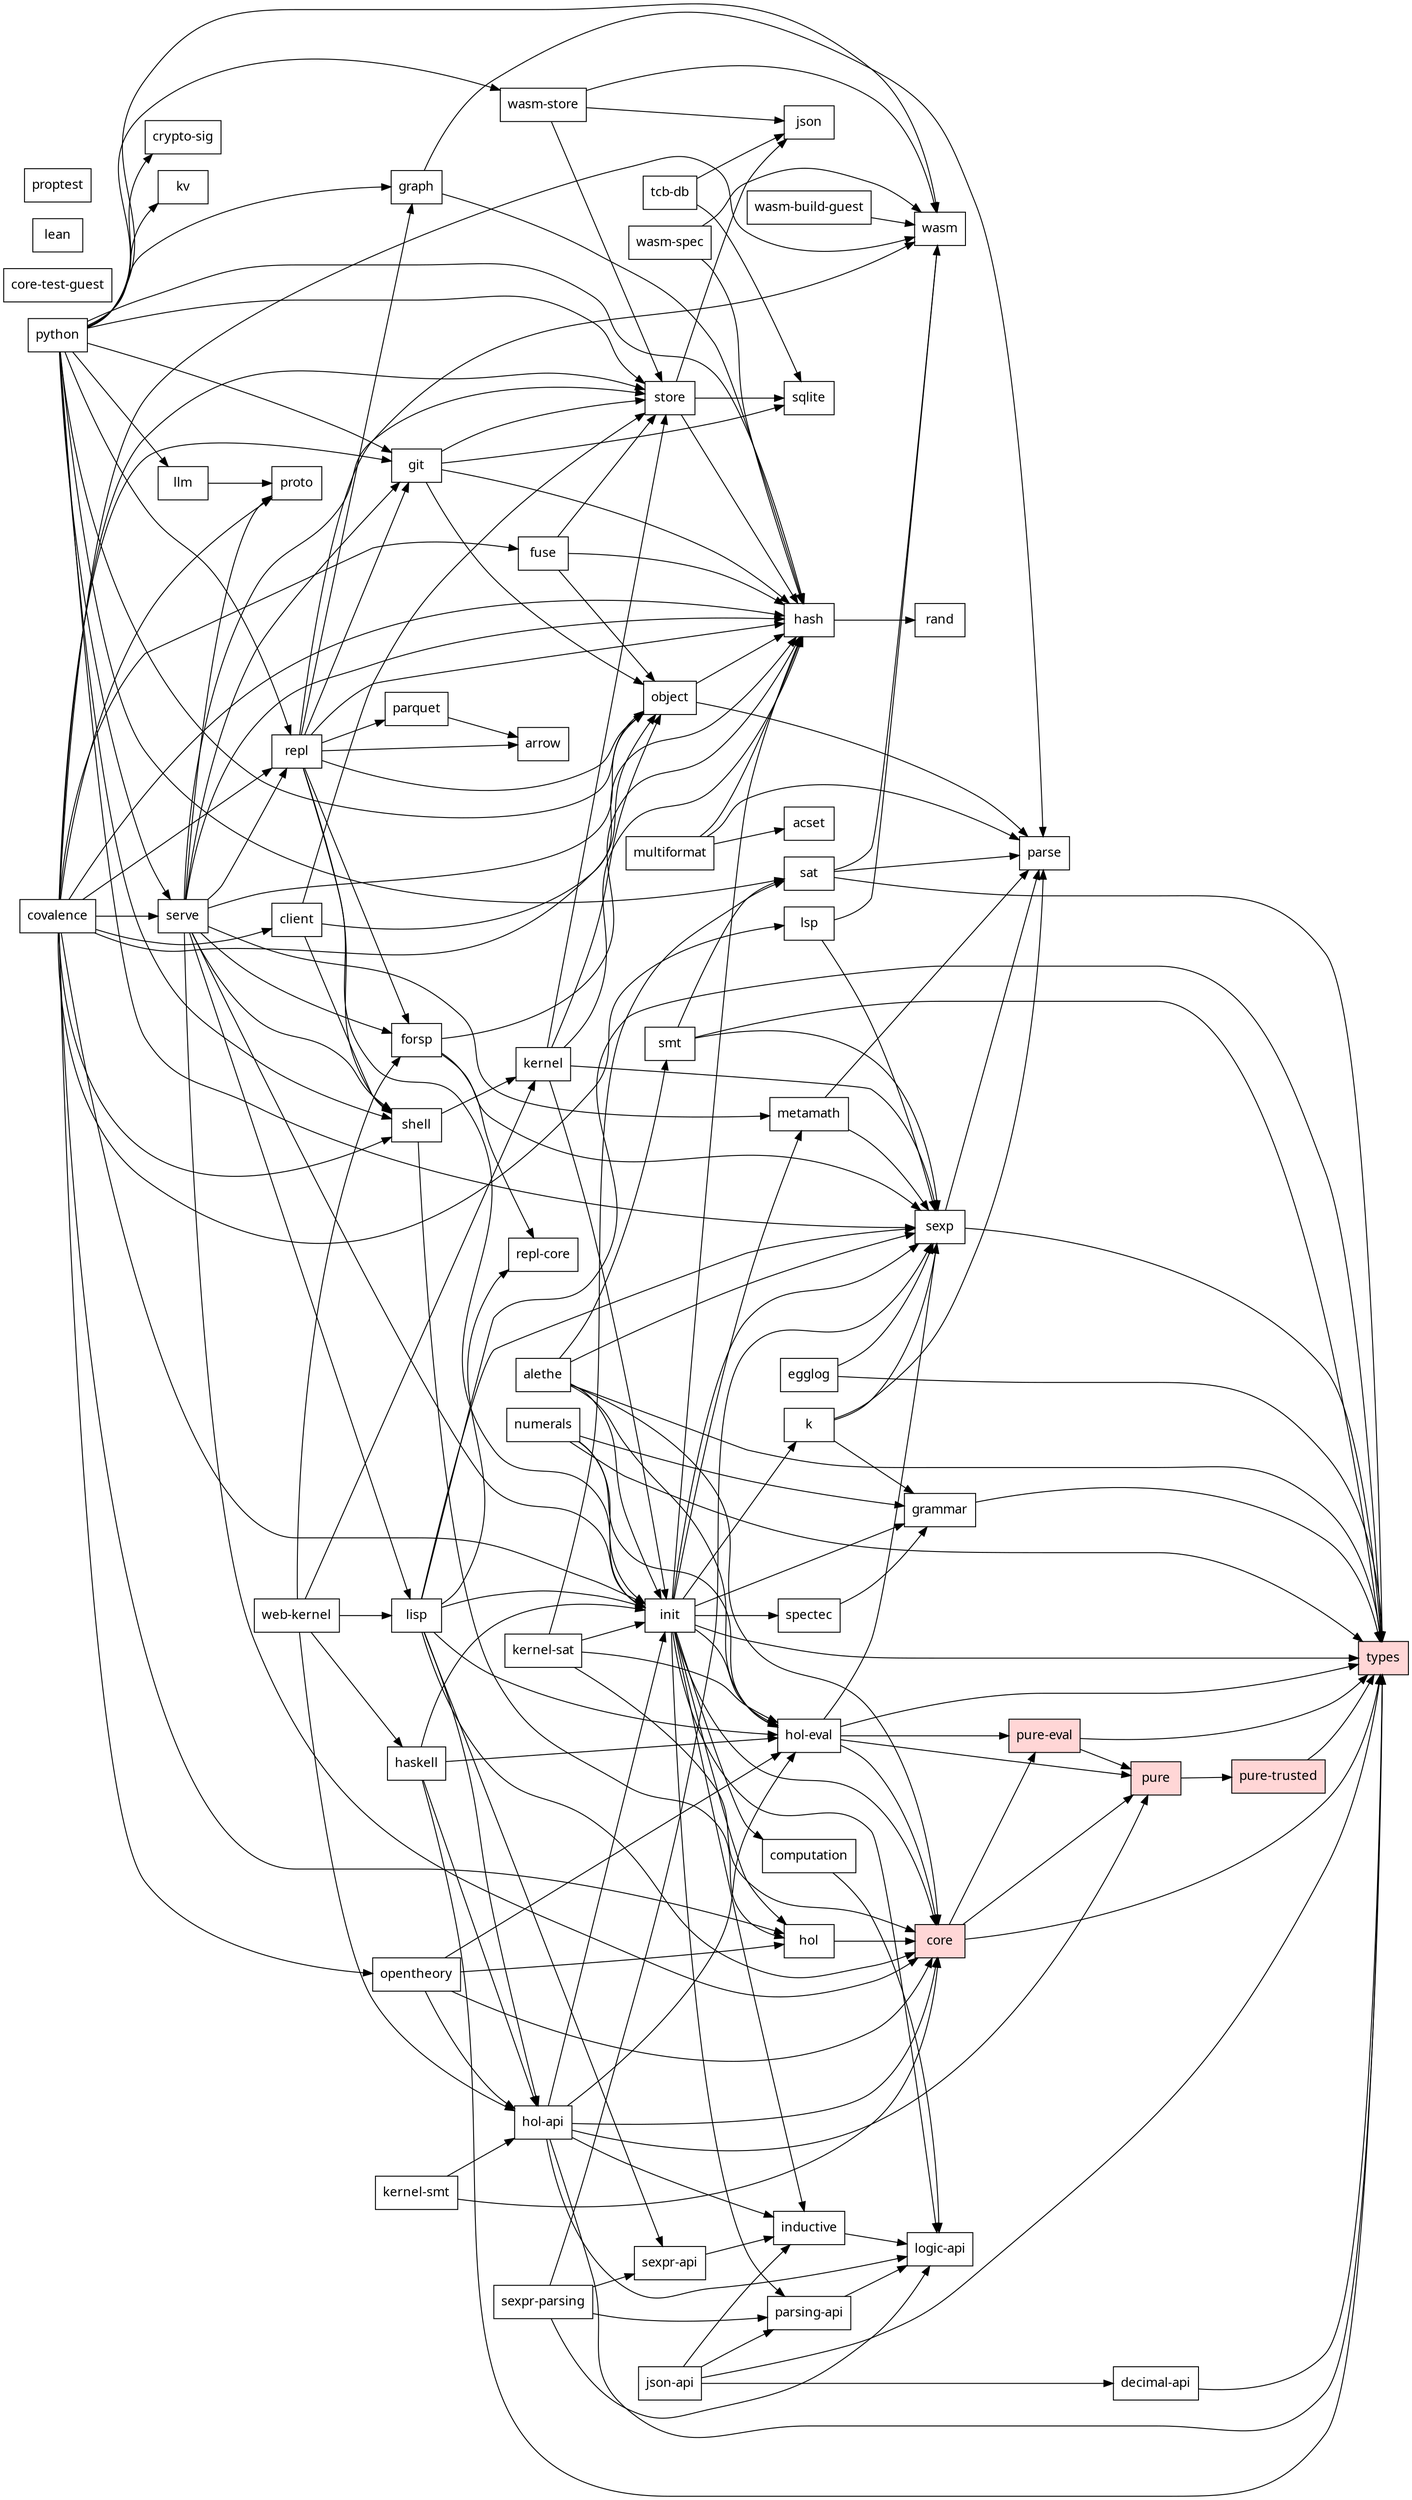
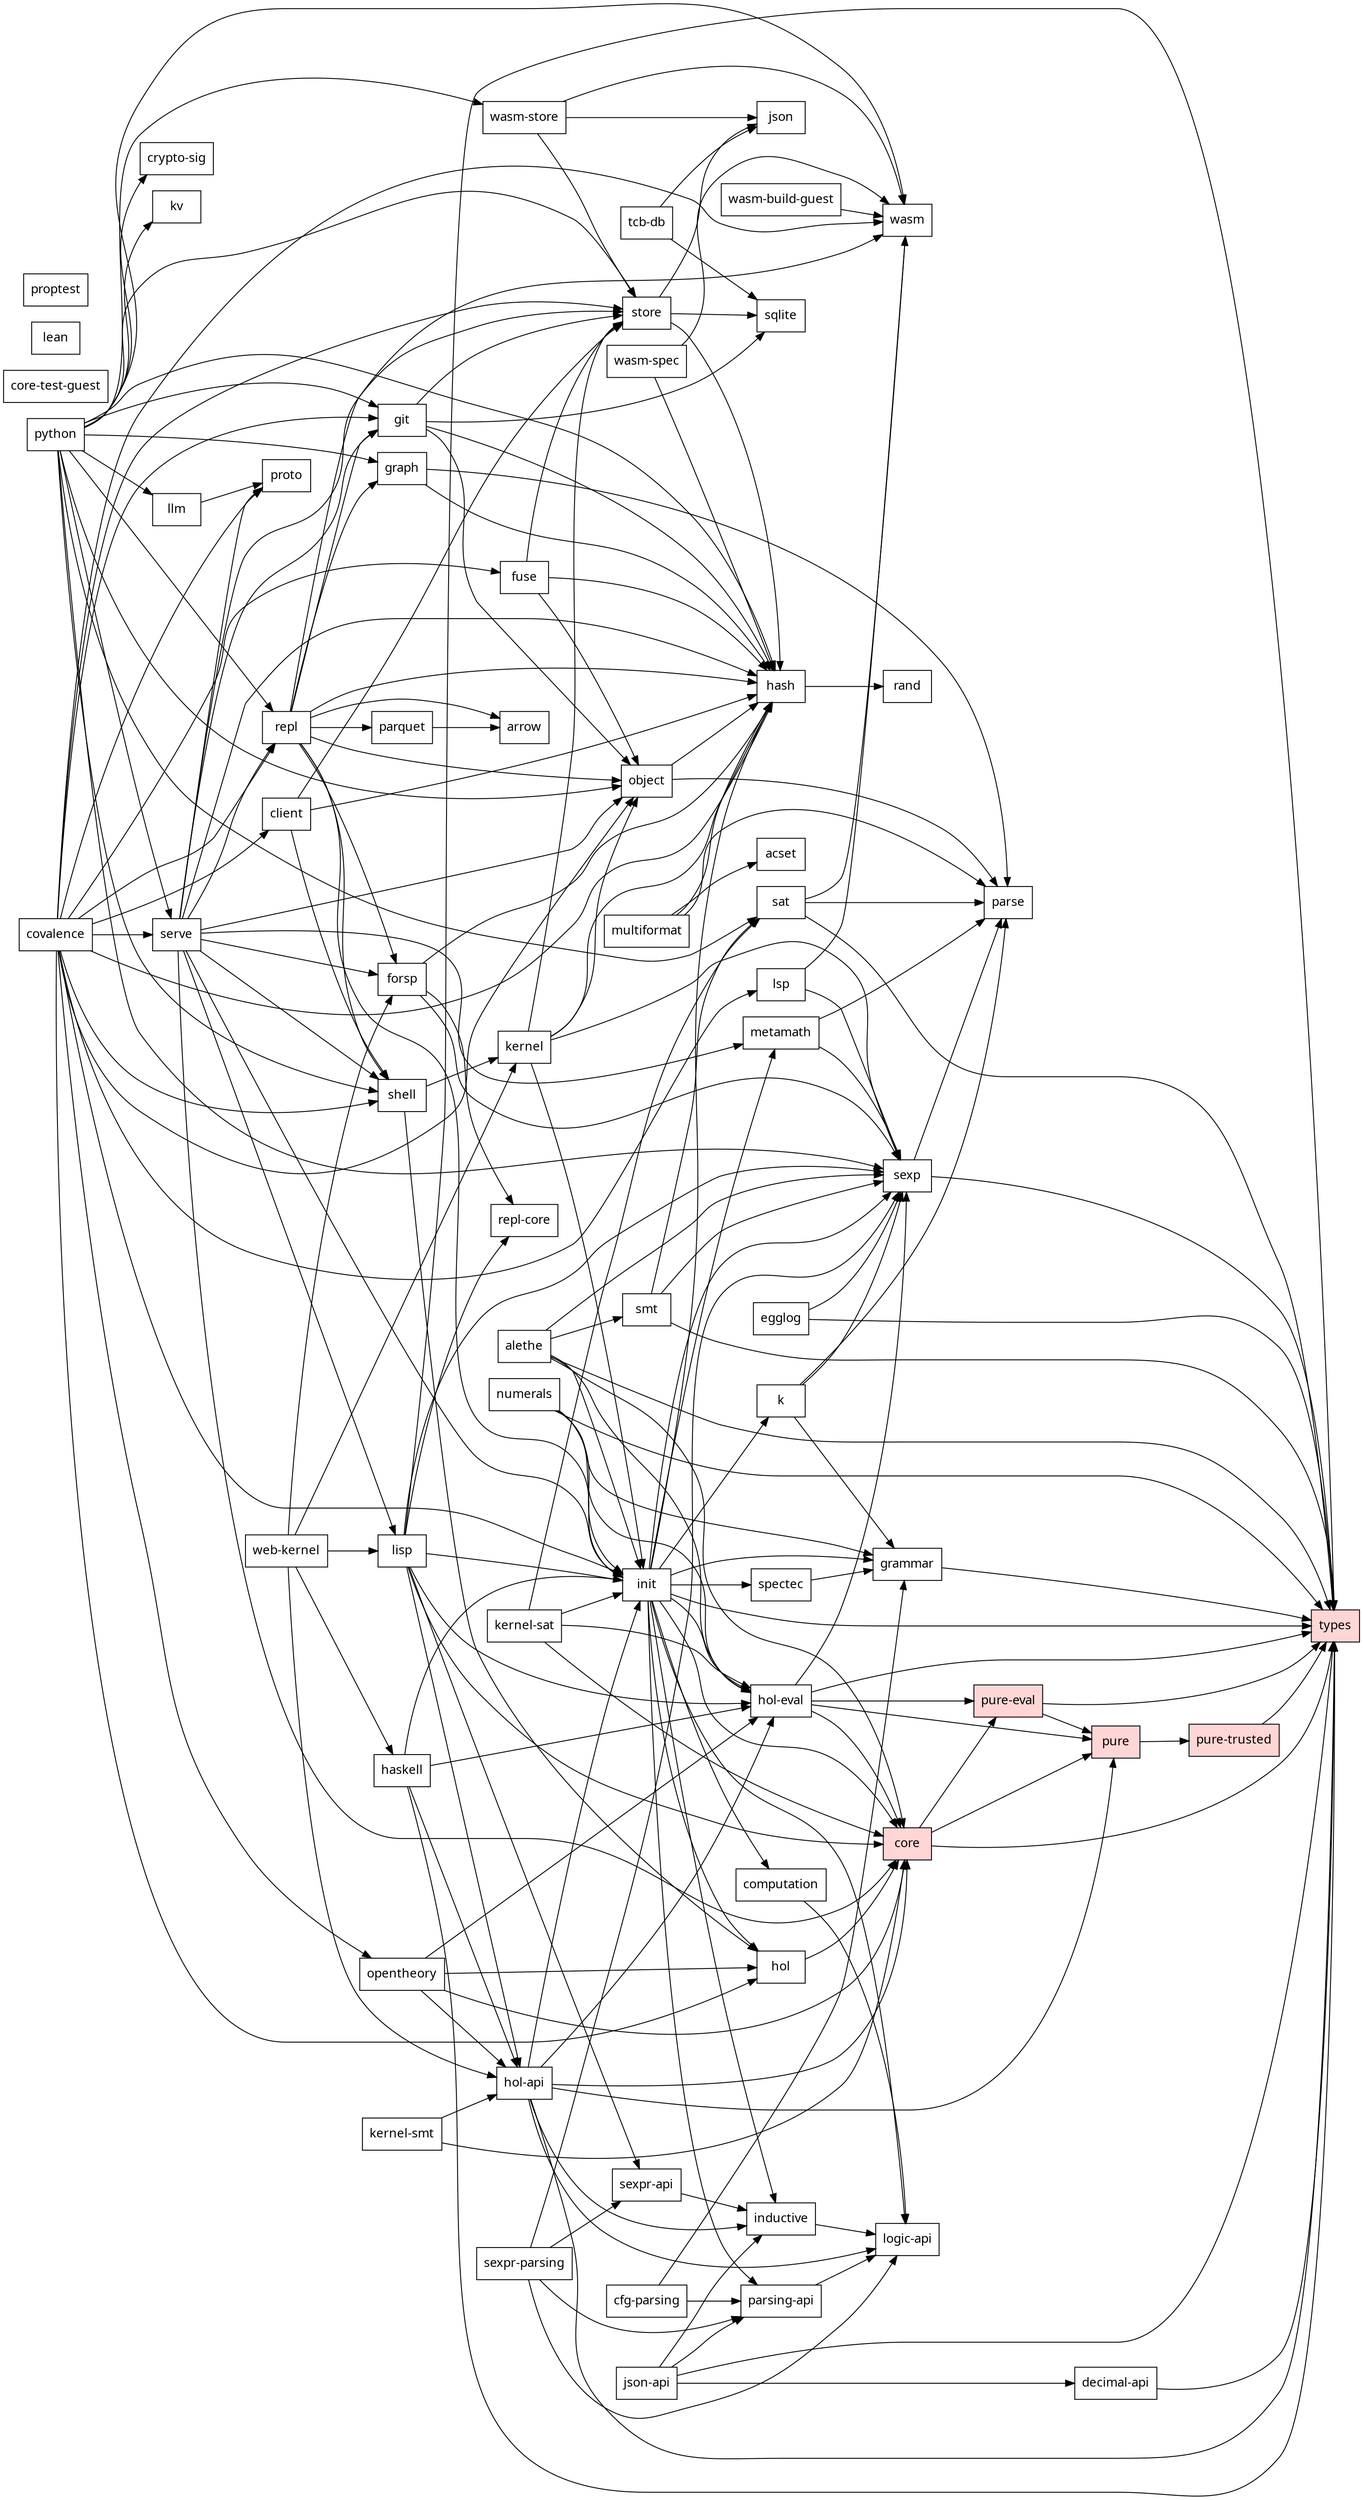
// Generated by scripts/dep-graph.mjs — do not edit (run `bun run deps`).
digraph deps {
  rankdir=LR;
  node [shape=box, fontname="sans-serif"];
  "covalence";
  "acset";
  "alethe";
  "arrow";
+   "cfg-parsing";
  "client";
  "computation";
  "core" [style=filled, fillcolor="#ffd6d6"];
  "core-test-guest";
  "crypto-sig";
  "decimal-api";
  "egglog";
  "forsp";
  "fuse";
  "git";
  "grammar";
  "graph";
  "hash";
  "haskell";
  "hol";
  "hol-api";
  "hol-eval";
  "inductive";
  "init";
  "json";
  "json-api";
  "k";
  "kernel";
  "kernel-sat";
  "kernel-smt";
  "kv";
  "lean";
  "lisp";
  "llm";
  "logic-api";
  "lsp";
  "metamath";
  "multiformat";
  "numerals";
  "object";
  "opentheory";
  "parquet";
  "parse";
  "parsing-api";
  "proptest";
  "proto";
  "pure" [style=filled, fillcolor="#ffd6d6"];
  "pure-eval" [style=filled, fillcolor="#ffd6d6"];
  "pure-trusted" [style=filled, fillcolor="#ffd6d6"];
  "python";
  "rand";
  "repl";
  "repl-core";
  "sat";
  "serve";
  "sexp";
  "sexpr-api";
  "sexpr-parsing";
  "shell";
  "smt";
  "spectec";
  "sqlite";
  "store";
  "tcb-db";
  "types" [style=filled, fillcolor="#ffd6d6"];
  "wasm";
  "wasm-build-guest";
  "wasm-spec";
  "wasm-store";
  "web-kernel";
  "covalence" -> "client";
  "covalence" -> "fuse";
  "covalence" -> "git";
  "covalence" -> "hash";
  "covalence" -> "hol";
  "covalence" -> "init";
  "covalence" -> "lsp";
  "covalence" -> "object";
  "covalence" -> "opentheory";
  "covalence" -> "proto";
  "covalence" -> "repl";
  "covalence" -> "serve";
  "covalence" -> "shell";
  "covalence" -> "store";
  "covalence" -> "wasm";
  "alethe" -> "core";
  "alethe" -> "hol-eval";
  "alethe" -> "init";
  "alethe" -> "sexp";
  "alethe" -> "smt";
  "alethe" -> "types";
+   "cfg-parsing" -> "grammar";
+   "cfg-parsing" -> "parsing-api";
  "client" -> "hash";
  "client" -> "shell";
  "client" -> "store";
  "computation" -> "logic-api";
  "core" -> "pure";
  "core" -> "pure-eval";
  "core" -> "types";
  "decimal-api" -> "types";
  "egglog" -> "sexp";
  "egglog" -> "types";
  "forsp" -> "hash";
  "forsp" -> "repl-core";
  "forsp" -> "sexp";
  "fuse" -> "hash";
  "fuse" -> "object";
  "fuse" -> "store";
  "git" -> "hash";
  "git" -> "object";
  "git" -> "sqlite";
  "git" -> "store";
  "grammar" -> "types";
  "graph" -> "hash";
  "graph" -> "parse";
  "hash" -> "rand";
  "haskell" -> "hol-api";
  "haskell" -> "hol-eval";
  "haskell" -> "init";
  "haskell" -> "types";
  "hol" -> "core";
  "hol-api" -> "core";
  "hol-api" -> "hol-eval";
  "hol-api" -> "inductive";
  "hol-api" -> "init";
  "hol-api" -> "logic-api";
  "hol-api" -> "pure";
  "hol-api" -> "types";
  "hol-eval" -> "core";
  "hol-eval" -> "pure";
  "hol-eval" -> "pure-eval";
  "hol-eval" -> "sexp";
  "hol-eval" -> "types";
  "inductive" -> "logic-api";
  "init" -> "computation";
  "init" -> "core";
  "init" -> "grammar";
  "init" -> "hash";
  "init" -> "hol";
  "init" -> "hol-eval";
  "init" -> "inductive";
  "init" -> "k";
  "init" -> "logic-api";
  "init" -> "metamath";
  "init" -> "parsing-api";
  "init" -> "sexp";
  "init" -> "spectec";
  "init" -> "types";
  "json-api" -> "decimal-api";
  "json-api" -> "inductive";
  "json-api" -> "parsing-api";
  "json-api" -> "types";
  "k" -> "grammar";
  "k" -> "parse";
  "k" -> "sexp";
  "kernel" -> "hash";
  "kernel" -> "init";
  "kernel" -> "object";
  "kernel" -> "sexp";
  "kernel" -> "store";
  "kernel-sat" -> "core";
  "kernel-sat" -> "hol-eval";
  "kernel-sat" -> "init";
  "kernel-sat" -> "sat";
  "kernel-smt" -> "core";
  "kernel-smt" -> "hol-api";
  "lisp" -> "core";
  "lisp" -> "hol-api";
  "lisp" -> "hol-eval";
  "lisp" -> "init";
  "lisp" -> "repl-core";
  "lisp" -> "sexp";
  "lisp" -> "sexpr-api";
  "lisp" -> "types";
  "llm" -> "proto";
  "lsp" -> "sexp";
  "lsp" -> "wasm";
  "metamath" -> "parse";
  "metamath" -> "sexp";
  "multiformat" -> "acset";
  "multiformat" -> "hash";
  "multiformat" -> "parse";
  "numerals" -> "grammar";
  "numerals" -> "hol-eval";
  "numerals" -> "init";
  "numerals" -> "types";
  "object" -> "hash";
  "object" -> "parse";
  "opentheory" -> "core";
  "opentheory" -> "hol";
  "opentheory" -> "hol-api";
  "opentheory" -> "hol-eval";
  "parquet" -> "arrow";
  "parsing-api" -> "logic-api";
  "pure" -> "pure-trusted";
  "pure-eval" -> "pure";
  "pure-eval" -> "types";
  "pure-trusted" -> "types";
  "python" -> "crypto-sig";
  "python" -> "git";
  "python" -> "graph";
  "python" -> "hash";
  "python" -> "kv";
  "python" -> "llm";
  "python" -> "object";
  "python" -> "repl";
  "python" -> "sat";
  "python" -> "serve";
  "python" -> "sexp";
  "python" -> "shell";
  "python" -> "store";
  "python" -> "wasm";
  "python" -> "wasm-store";
  "repl" -> "arrow";
  "repl" -> "forsp";
  "repl" -> "git";
  "repl" -> "graph";
  "repl" -> "hash";
  "repl" -> "init";
  "repl" -> "object";
  "repl" -> "parquet";
  "repl" -> "shell";
  "repl" -> "wasm";
  "sat" -> "parse";
  "sat" -> "types";
  "sat" -> "wasm";
  "serve" -> "core";
  "serve" -> "forsp";
  "serve" -> "git";
  "serve" -> "hash";
  "serve" -> "init";
  "serve" -> "lisp";
  "serve" -> "metamath";
  "serve" -> "object";
  "serve" -> "proto";
  "serve" -> "repl";
  "serve" -> "shell";
  "serve" -> "store";
  "sexp" -> "parse";
  "sexp" -> "types";
  "sexpr-api" -> "inductive";
  "sexpr-parsing" -> "logic-api";
  "sexpr-parsing" -> "parsing-api";
  "sexpr-parsing" -> "sexp";
  "sexpr-parsing" -> "sexpr-api";
  "shell" -> "hol";
  "shell" -> "kernel";
  "smt" -> "sat";
  "smt" -> "sexp";
  "smt" -> "types";
  "spectec" -> "grammar";
  "store" -> "hash";
  "store" -> "json";
  "store" -> "sqlite";
  "tcb-db" -> "json";
  "tcb-db" -> "sqlite";
  "wasm-build-guest" -> "wasm";
  "wasm-spec" -> "hash";
  "wasm-spec" -> "wasm";
  "wasm-store" -> "json";
  "wasm-store" -> "store";
  "wasm-store" -> "wasm";
  "web-kernel" -> "forsp";
  "web-kernel" -> "haskell";
  "web-kernel" -> "hol-api";
  "web-kernel" -> "kernel";
  "web-kernel" -> "lisp";
}
